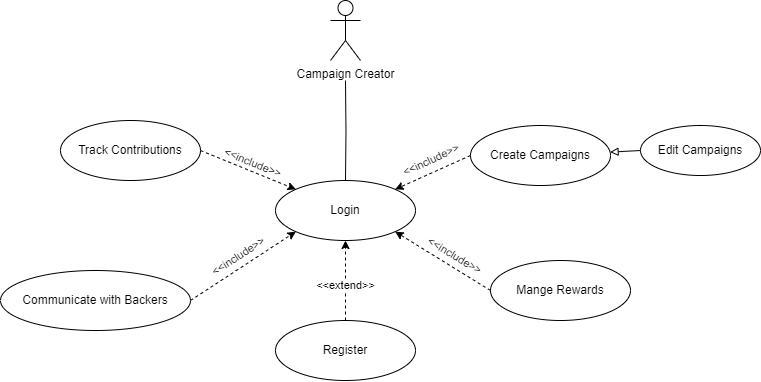
Before: CampCreater.drawio.png, a diagram exported from draw.io (nhathao19/Crowdfunding-platform). Source tidied: cells renumbered, new cells last; positions are measured from the earlier drawing's top-left corner, leaving out a move shared by most shapes. Its diagram source:
```xml
<mxGraphModel>
  <root>
    <mxCell id="0" />
    <mxCell id="1" parent="0" />
    <mxCell id="2" style="rounded=0;jettySize=auto;html=1;exitX=0;exitY=0.5;exitDx=0;exitDy=0;endArrow=block;endFill=0;" parent="1" edge="1" source="3" target="8">
      <mxGeometry relative="1" as="geometry" />
    </mxCell>
    <mxCell id="3" value="Edit Campaigns" style="ellipse;whiteSpace=wrap;html=1;verticalAlign=middle;" parent="1" vertex="1">
      <mxGeometry x="640" y="125" width="120" height="50" as="geometry" />
    </mxCell>
    <mxCell id="4" value="Login" style="ellipse;whiteSpace=wrap;html=1;" parent="1" vertex="1">
      <mxGeometry x="275" y="180" width="140" height="60" as="geometry" />
    </mxCell>
    <mxCell id="5" style="edgeStyle=orthogonalEdgeStyle;rounded=0;jettySize=auto;html=1;dashed=1;verticalAlign=bottom;horizontal=1;exitX=0.5;exitY=0;exitDx=0;exitDy=0;" parent="1" edge="1" source="7" target="4">
      <mxGeometry relative="1" as="geometry" />
    </mxCell>
    <mxCell id="6" value="&amp;lt;&amp;lt;extend&amp;gt;&amp;gt;" style="edgeLabel;html=1;align=center;verticalAlign=middle;horizontal=1;rotation=0;" parent="5" vertex="1">
      <mxGeometry x="-0.01" relative="1" as="geometry">
        <mxPoint y="4" as="offset" />
      </mxGeometry>
    </mxCell>
    <mxCell id="7" value="Register" style="ellipse;whiteSpace=wrap;html=1;" parent="1" vertex="1">
      <mxGeometry x="275" y="320" width="140" height="60" as="geometry" />
    </mxCell>
    <mxCell id="8" value="Create Campaigns" style="ellipse;whiteSpace=wrap;html=1;" parent="1" vertex="1">
      <mxGeometry x="470" y="125" width="140" height="60" as="geometry" />
    </mxCell>
    <mxCell id="9" value="Campaign Creator" style="shape=umlActor;verticalLabelPosition=bottom;verticalAlign=top;html=1;" parent="1" vertex="1">
      <mxGeometry x="330" width="30" height="60" as="geometry" />
    </mxCell>
    <mxCell id="10" value="Mange Rewards" style="ellipse;whiteSpace=wrap;html=1;" parent="1" vertex="1">
      <mxGeometry x="490" y="260" width="140" height="60" as="geometry" />
    </mxCell>
    <mxCell id="11" style="edgeStyle=orthogonalEdgeStyle;rounded=0;jettySize=auto;html=1;entryX=0.5;entryY=0;entryDx=0;entryDy=0;endArrow=none;endFill=0;labelBorderColor=none;verticalAlign=middle;fontSize=11;" parent="1" edge="1" target="4">
      <mxGeometry relative="1" as="geometry">
        <mxPoint x="345" y="80" as="sourcePoint" />
      </mxGeometry>
    </mxCell>
    <mxCell id="12" value="Track Contributions" style="ellipse;whiteSpace=wrap;html=1;" parent="1" vertex="1">
      <mxGeometry x="60" y="120" width="140" height="60" as="geometry" />
    </mxCell>
    <mxCell id="13" value="Communicate with&amp;nbsp;&lt;span style=&quot;background-color: initial;&quot;&gt;Backers&lt;/span&gt;" style="ellipse;whiteSpace=wrap;html=1;" parent="1" vertex="1">
      <mxGeometry y="270" width="190" height="60" as="geometry" />
    </mxCell>
    <mxCell id="14" style="rounded=0;jettySize=auto;html=1;entryX=0;entryY=0;entryDx=0;entryDy=0;exitX=1;exitY=0.5;exitDx=0;exitDy=0;dashed=1;" parent="1" edge="1" source="12" target="4">
      <mxGeometry relative="1" as="geometry" />
    </mxCell>
    <mxCell id="15" value="&amp;lt;&amp;lt;include&amp;gt;&amp;gt;" style="edgeLabel;html=1;align=center;verticalAlign=bottom;rotation=22;" parent="14" vertex="1">
      <mxGeometry y="-3" relative="1" as="geometry">
        <mxPoint x="3" y="-2" as="offset" />
      </mxGeometry>
    </mxCell>
    <mxCell id="16" style="rounded=0;jettySize=auto;html=1;entryX=0;entryY=1;entryDx=0;entryDy=0;exitX=1;exitY=0.5;exitDx=0;exitDy=0;dashed=1;" parent="1" edge="1" source="13" target="4">
      <mxGeometry relative="1" as="geometry" />
    </mxCell>
    <mxCell id="17" value="&amp;lt;&amp;lt;include&amp;gt;&amp;gt;" style="edgeLabel;html=1;align=center;verticalAlign=bottom;rotation=327;" parent="16" vertex="1">
      <mxGeometry y="-3" relative="1" as="geometry">
        <mxPoint x="-2" y="-5" as="offset" />
      </mxGeometry>
    </mxCell>
    <mxCell id="18" style="rounded=0;jettySize=auto;html=1;entryX=1;entryY=1;entryDx=0;entryDy=0;exitX=0;exitY=0.5;exitDx=0;exitDy=0;dashed=1;" parent="1" edge="1" source="10" target="4">
      <mxGeometry relative="1" as="geometry" />
    </mxCell>
    <mxCell id="19" value="&amp;lt;&amp;lt;include&amp;gt;&amp;gt;" style="edgeLabel;html=1;align=center;verticalAlign=bottom;rotation=31;" parent="18" vertex="1">
      <mxGeometry y="-3" relative="1" as="geometry">
        <mxPoint x="5" y="4" as="offset" />
      </mxGeometry>
    </mxCell>
    <mxCell id="20" style="rounded=0;jettySize=auto;html=1;entryX=1;entryY=0;entryDx=0;entryDy=0;exitX=0;exitY=0.5;exitDx=0;exitDy=0;dashed=1;" parent="1" edge="1" source="8" target="4">
      <mxGeometry relative="1" as="geometry" />
    </mxCell>
    <mxCell id="21" value="&amp;lt;&amp;lt;include&amp;gt;&amp;gt;" style="edgeLabel;html=1;align=center;verticalAlign=bottom;rotation=335;" parent="20" vertex="1">
      <mxGeometry y="-3" relative="1" as="geometry">
        <mxPoint x="3" y="-2" as="offset" />
      </mxGeometry>
    </mxCell>
  </root>
</mxGraphModel>
```
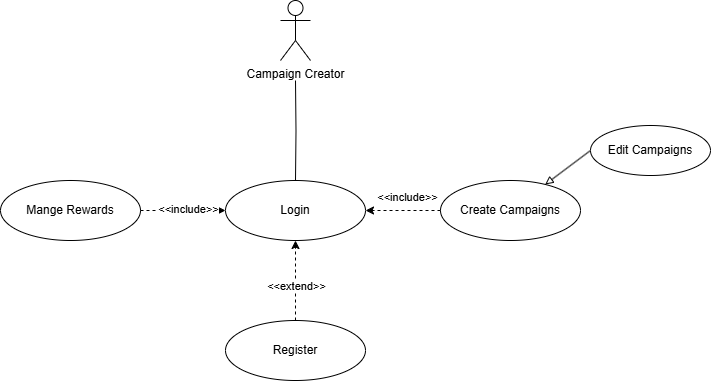
The same file after the commit.

Commit message:
Cập nhật CampCreater.drawio.png

The edit, as a diff of the source:
```diff
@@ -23,53 +23,31 @@
       <mxGeometry x="275" y="320" width="140" height="60" as="geometry" />
     </mxCell>
     <mxCell id="8" value="Create Campaigns" style="ellipse;whiteSpace=wrap;html=1;" parent="1" vertex="1">
-      <mxGeometry x="470" y="125" width="140" height="60" as="geometry" />
+      <mxGeometry x="490" y="180" width="140" height="60" as="geometry" />
     </mxCell>
     <mxCell id="9" value="Campaign Creator" style="shape=umlActor;verticalLabelPosition=bottom;verticalAlign=top;html=1;" parent="1" vertex="1">
       <mxGeometry x="330" width="30" height="60" as="geometry" />
     </mxCell>
     <mxCell id="10" value="Mange Rewards" style="ellipse;whiteSpace=wrap;html=1;" parent="1" vertex="1">
-      <mxGeometry x="490" y="260" width="140" height="60" as="geometry" />
+      <mxGeometry x="50" y="180" width="140" height="60" as="geometry" />
     </mxCell>
     <mxCell id="11" style="edgeStyle=orthogonalEdgeStyle;rounded=0;jettySize=auto;html=1;entryX=0.5;entryY=0;entryDx=0;entryDy=0;endArrow=none;endFill=0;labelBorderColor=none;verticalAlign=middle;fontSize=11;" parent="1" edge="1" target="4">
       <mxGeometry relative="1" as="geometry">
         <mxPoint x="345" y="80" as="sourcePoint" />
       </mxGeometry>
     </mxCell>
-    <mxCell id="12" value="Track Contributions" style="ellipse;whiteSpace=wrap;html=1;" parent="1" vertex="1">
-      <mxGeometry x="60" y="120" width="140" height="60" as="geometry" />
-    </mxCell>
-    <mxCell id="13" value="Communicate with&amp;nbsp;&lt;span style=&quot;background-color: initial;&quot;&gt;Backers&lt;/span&gt;" style="ellipse;whiteSpace=wrap;html=1;" parent="1" vertex="1">
-      <mxGeometry y="270" width="190" height="60" as="geometry" />
-    </mxCell>
-    <mxCell id="14" style="rounded=0;jettySize=auto;html=1;entryX=0;entryY=0;entryDx=0;entryDy=0;exitX=1;exitY=0.5;exitDx=0;exitDy=0;dashed=1;" parent="1" edge="1" source="12" target="4">
-      <mxGeometry relative="1" as="geometry" />
-    </mxCell>
-    <mxCell id="15" value="&amp;lt;&amp;lt;include&amp;gt;&amp;gt;" style="edgeLabel;html=1;align=center;verticalAlign=bottom;rotation=22;" parent="14" vertex="1">
-      <mxGeometry y="-3" relative="1" as="geometry">
-        <mxPoint x="3" y="-2" as="offset" />
-      </mxGeometry>
-    </mxCell>
-    <mxCell id="16" style="rounded=0;jettySize=auto;html=1;entryX=0;entryY=1;entryDx=0;entryDy=0;exitX=1;exitY=0.5;exitDx=0;exitDy=0;dashed=1;" parent="1" edge="1" source="13" target="4">
-      <mxGeometry relative="1" as="geometry" />
-    </mxCell>
-    <mxCell id="17" value="&amp;lt;&amp;lt;include&amp;gt;&amp;gt;" style="edgeLabel;html=1;align=center;verticalAlign=bottom;rotation=327;" parent="16" vertex="1">
-      <mxGeometry y="-3" relative="1" as="geometry">
-        <mxPoint x="-2" y="-5" as="offset" />
-      </mxGeometry>
-    </mxCell>
-    <mxCell id="18" style="rounded=0;jettySize=auto;html=1;entryX=1;entryY=1;entryDx=0;entryDy=0;exitX=0;exitY=0.5;exitDx=0;exitDy=0;dashed=1;" parent="1" edge="1" source="10" target="4">
+    <mxCell id="18" style="rounded=0;jettySize=auto;html=1;entryX=0;entryY=0.5;entryDx=0;entryDy=0;exitX=1;exitY=0.5;exitDx=0;exitDy=0;dashed=1;" parent="1" edge="1" source="10" target="4">
       <mxGeometry relative="1" as="geometry" />
     </mxCell>
-    <mxCell id="19" value="&amp;lt;&amp;lt;include&amp;gt;&amp;gt;" style="edgeLabel;html=1;align=center;verticalAlign=bottom;rotation=31;" parent="18" vertex="1">
+    <mxCell id="19" value="&amp;lt;&amp;lt;include&amp;gt;&amp;gt;" style="edgeLabel;html=1;align=center;verticalAlign=bottom;rotation=0;" parent="18" vertex="1">
       <mxGeometry y="-3" relative="1" as="geometry">
         <mxPoint x="5" y="4" as="offset" />
       </mxGeometry>
     </mxCell>
-    <mxCell id="20" style="rounded=0;jettySize=auto;html=1;entryX=1;entryY=0;entryDx=0;entryDy=0;exitX=0;exitY=0.5;exitDx=0;exitDy=0;dashed=1;" parent="1" edge="1" source="8" target="4">
+    <mxCell id="20" style="rounded=0;jettySize=auto;html=1;entryX=1;entryY=0.5;entryDx=0;entryDy=0;exitX=0;exitY=0.5;exitDx=0;exitDy=0;dashed=1;" parent="1" edge="1" source="8" target="4">
       <mxGeometry relative="1" as="geometry" />
     </mxCell>
-    <mxCell id="21" value="&amp;lt;&amp;lt;include&amp;gt;&amp;gt;" style="edgeLabel;html=1;align=center;verticalAlign=bottom;rotation=335;" parent="20" vertex="1">
+    <mxCell id="21" value="&amp;lt;&amp;lt;include&amp;gt;&amp;gt;" style="edgeLabel;html=1;align=center;verticalAlign=bottom;rotation=0;" parent="20" vertex="1">
       <mxGeometry y="-3" relative="1" as="geometry">
         <mxPoint x="3" y="-2" as="offset" />
       </mxGeometry>
```
